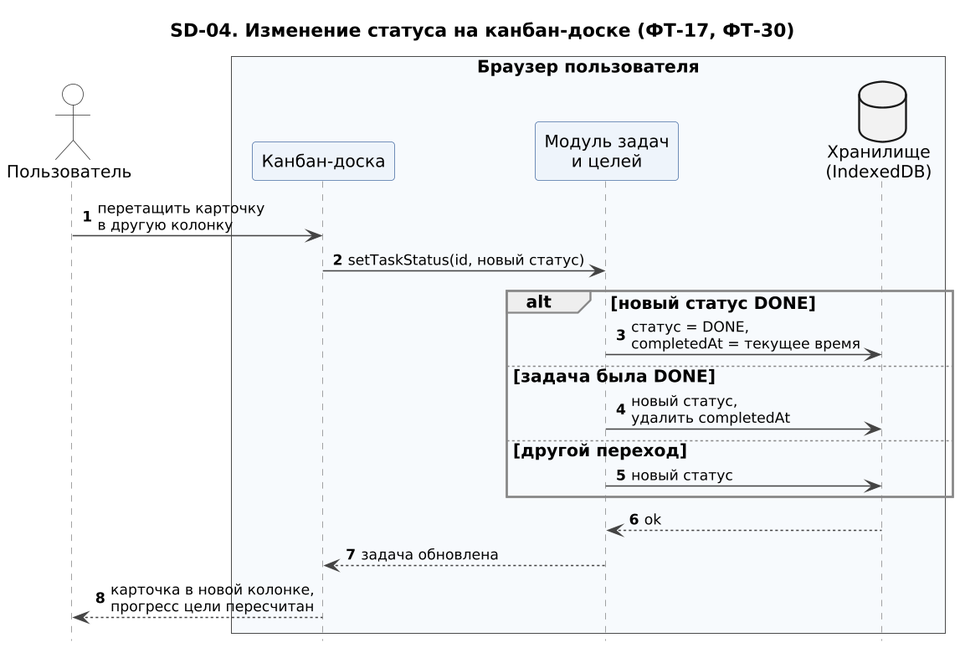
This is docs/uml/png/SD-04_kanban_status.png from freez044/kpo_project, a PlantUML export, as it was before one commit.
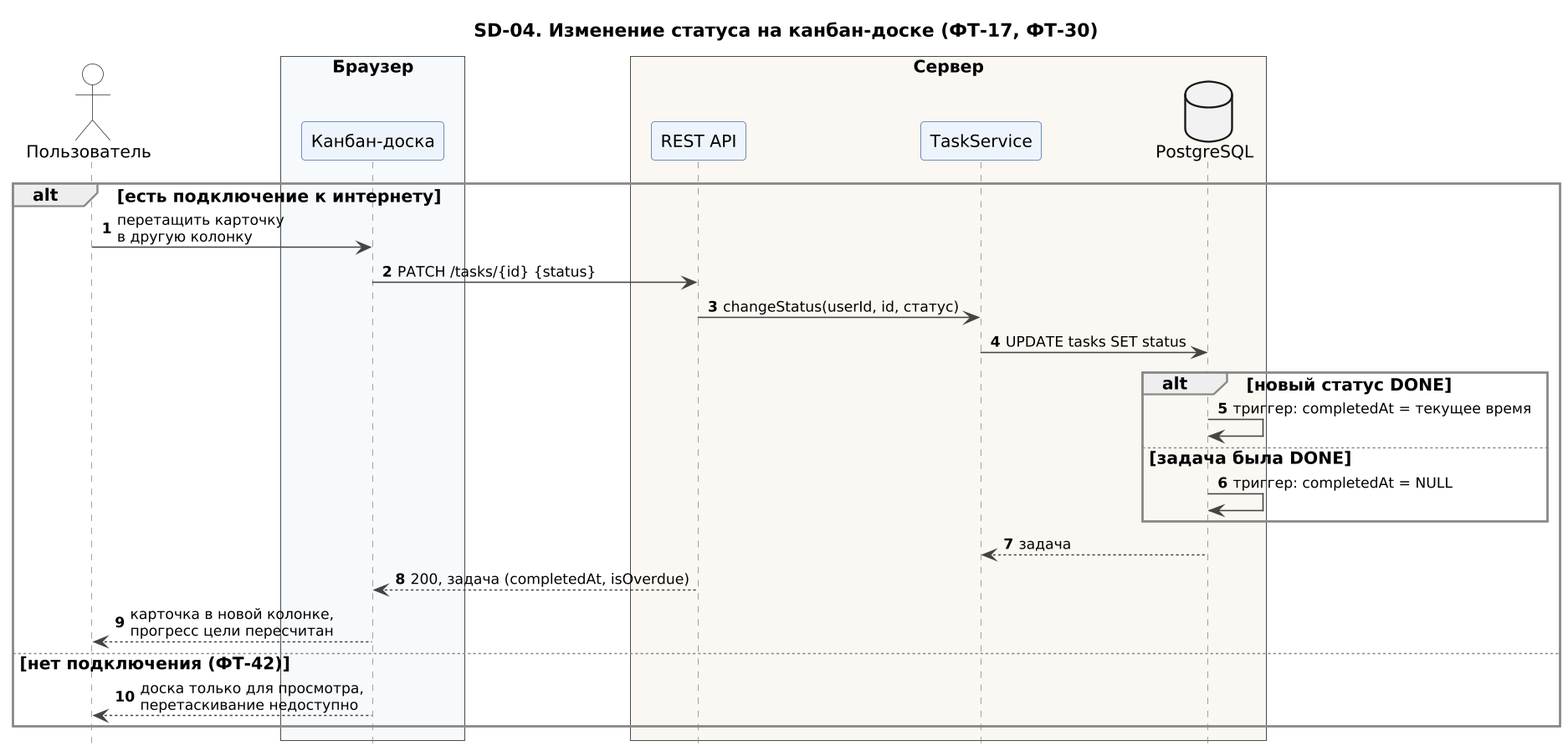
Above is the later version.

The edit, as a diff of the source:
```diff
@@ -2,22 +2,29 @@
 !include seqhead.iuml
 title SD-04. Изменение статуса на канбан-доске (ФТ-17, ФТ-30)
 actor "Пользователь" as U
-box "Браузер пользователя" #F7FAFD
+box "Браузер" #F7FAFD
 participant "Канбан-доска" as UI
-participant "Модуль задач\nи целей" as TM
-database "Хранилище\n(IndexedDB)" as DB
+end box
+box "Сервер" #FBF7F2
+participant "REST API" as API
+participant "TaskService" as TS
+database "PostgreSQL" as DB
 end box
 
-U -> UI : перетащить карточку\nв другую колонку
-UI -> TM : setTaskStatus(id, новый статус)
-alt новый статус DONE
-  TM -> DB : статус = DONE,\ncompletedAt = текущее время
-else задача была DONE
-  TM -> DB : новый статус,\nудалить completedAt
-else другой переход
-  TM -> DB : новый статус
+alt есть подключение к интернету
+  U -> UI : перетащить карточку\nв другую колонку
+  UI -> API : PATCH /tasks/{id} {status}
+  API -> TS : changeStatus(userId, id, статус)
+  TS -> DB : UPDATE tasks SET status
+  alt новый статус DONE
+    DB -> DB : триггер: completedAt = текущее время
+  else задача была DONE
+    DB -> DB : триггер: completedAt = NULL
+  end
+  DB --> TS : задача
+  API --> UI : 200, задача (completedAt, isOverdue)
+  UI --> U : карточка в новой колонке,\nпрогресс цели пересчитан
+else нет подключения (ФТ-42)
+  UI --> U : доска только для просмотра,\nперетаскивание недоступно
 end
-DB --> TM : ok
-TM --> UI : задача обновлена
-UI --> U : карточка в новой колонке,\nпрогресс цели пересчитан
 @enduml
```
